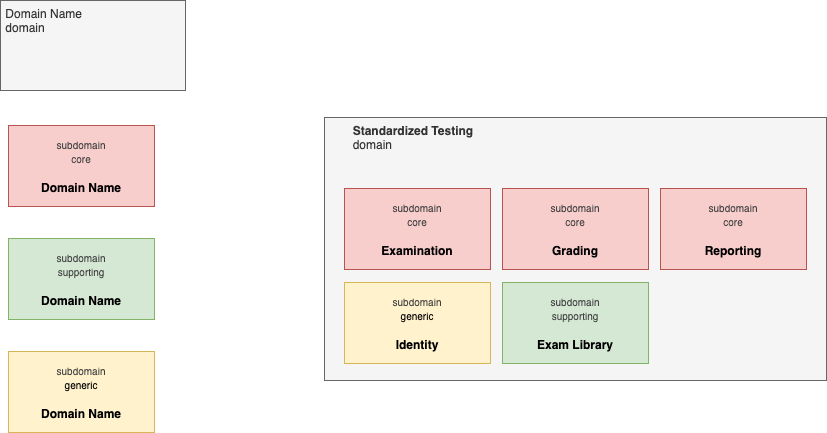
Before: docs/docs/system/domain_modelling/_img/kata_subdomains.drawio.png, a diagram exported from draw.io (cooperlutz/go-full). Source tidied: cells renumbered, new cells last; positions are measured from the earlier drawing's top-left corner, leaving out a move shared by most shapes. Source of this version:
```xml
<mxGraphModel>
  <root>
    <mxCell id="0" />
    <mxCell id="1" parent="0" />
    <mxCell id="2" value="&lt;b&gt;&lt;span style=&quot;white-space: pre;&quot;&gt;&#9;&lt;/span&gt;Standardized Testing&lt;/b&gt;&lt;div&gt;&lt;span style=&quot;white-space: pre;&quot;&gt;&#9;&lt;/span&gt;domain&lt;/div&gt;" style="rounded=0;whiteSpace=wrap;html=1;align=left;verticalAlign=top;fillColor=#f5f5f5;strokeColor=#666666;fontColor=#333333;" parent="1" vertex="1">
      <mxGeometry x="324" y="117" width="502" height="263" as="geometry" />
    </mxCell>
    <mxCell id="3" value="&lt;div&gt;&lt;span style=&quot;color: rgb(63, 63, 63);&quot;&gt;&lt;font style=&quot;font-size: 10px;&quot;&gt;subdomain&lt;/font&gt;&lt;/span&gt;&lt;/div&gt;&lt;div&gt;&lt;span style=&quot;color: rgb(63, 63, 63);&quot;&gt;&lt;font style=&quot;font-size: 10px;&quot;&gt;core&lt;/font&gt;&lt;/span&gt;&lt;/div&gt;&lt;div&gt;&lt;span style=&quot;color: rgb(63, 63, 63);&quot;&gt;&lt;br&gt;&lt;/span&gt;&lt;/div&gt;&lt;b&gt;Examination&lt;/b&gt;" style="rounded=0;whiteSpace=wrap;html=1;fillColor=#f8cecc;strokeColor=#b85450;" parent="1" vertex="1">
      <mxGeometry x="344" y="188" width="146" height="81" as="geometry" />
    </mxCell>
    <mxCell id="4" value="&lt;div&gt;&lt;span style=&quot;color: rgb(63, 63, 63);&quot;&gt;&lt;font style=&quot;font-size: 10px;&quot;&gt;subdomain&lt;/font&gt;&lt;/span&gt;&lt;/div&gt;&lt;div&gt;&lt;span style=&quot;color: rgb(63, 63, 63);&quot;&gt;&lt;font style=&quot;font-size: 10px;&quot;&gt;core&lt;/font&gt;&lt;/span&gt;&lt;/div&gt;&lt;div&gt;&lt;span style=&quot;color: rgb(63, 63, 63);&quot;&gt;&lt;br&gt;&lt;/span&gt;&lt;/div&gt;&lt;b&gt;Grading&lt;/b&gt;" style="rounded=0;whiteSpace=wrap;html=1;fillColor=#f8cecc;strokeColor=#b85450;" parent="1" vertex="1">
      <mxGeometry x="502" y="188" width="146" height="81" as="geometry" />
    </mxCell>
    <mxCell id="5" value="&lt;div&gt;&lt;span style=&quot;color: rgb(63, 63, 63);&quot;&gt;&lt;font style=&quot;font-size: 10px;&quot;&gt;subdomain&lt;/font&gt;&lt;/span&gt;&lt;/div&gt;&lt;div&gt;&lt;span style=&quot;color: rgb(63, 63, 63);&quot;&gt;&lt;font style=&quot;font-size: 10px;&quot;&gt;core&lt;/font&gt;&lt;/span&gt;&lt;/div&gt;&lt;div&gt;&lt;span style=&quot;color: rgb(63, 63, 63);&quot;&gt;&lt;br&gt;&lt;/span&gt;&lt;/div&gt;&lt;b&gt;Reporting&lt;/b&gt;" style="rounded=0;whiteSpace=wrap;html=1;fillColor=#f8cecc;strokeColor=#b85450;" parent="1" vertex="1">
      <mxGeometry x="660" y="188" width="146" height="81" as="geometry" />
    </mxCell>
    <mxCell id="6" value="&lt;div&gt;&lt;span style=&quot;color: rgb(63, 63, 63);&quot;&gt;&lt;font style=&quot;font-size: 10px;&quot;&gt;subdomain&lt;/font&gt;&lt;/span&gt;&lt;/div&gt;&lt;div&gt;&lt;span style=&quot;font-size: 10px;&quot;&gt;generic&lt;/span&gt;&lt;/div&gt;&lt;div&gt;&lt;span style=&quot;color: rgb(63, 63, 63);&quot;&gt;&lt;br&gt;&lt;/span&gt;&lt;/div&gt;&lt;b&gt;Identity&lt;/b&gt;" style="rounded=0;whiteSpace=wrap;html=1;fillColor=#fff2cc;strokeColor=#d6b656;" parent="1" vertex="1">
      <mxGeometry x="344" y="282" width="146" height="81" as="geometry" />
    </mxCell>
    <mxCell id="7" value="&lt;div&gt;&lt;span style=&quot;color: rgb(63, 63, 63);&quot;&gt;&lt;font style=&quot;font-size: 10px;&quot;&gt;subdomain&lt;/font&gt;&lt;/span&gt;&lt;/div&gt;&lt;div&gt;&lt;span style=&quot;color: rgb(63, 63, 63);&quot;&gt;&lt;font style=&quot;font-size: 10px;&quot;&gt;core&lt;/font&gt;&lt;/span&gt;&lt;/div&gt;&lt;div&gt;&lt;span style=&quot;color: rgb(63, 63, 63);&quot;&gt;&lt;br&gt;&lt;/span&gt;&lt;/div&gt;&lt;b&gt;Domain Name&lt;/b&gt;" style="rounded=0;whiteSpace=wrap;html=1;fillColor=#f8cecc;strokeColor=#b85450;" parent="1" vertex="1">
      <mxGeometry x="8" y="125" width="146" height="81" as="geometry" />
    </mxCell>
    <mxCell id="8" value="&lt;div&gt;&lt;span style=&quot;color: rgb(63, 63, 63);&quot;&gt;&lt;font style=&quot;font-size: 10px;&quot;&gt;subdomain&lt;/font&gt;&lt;/span&gt;&lt;/div&gt;&lt;div&gt;&lt;span style=&quot;color: rgb(63, 63, 63);&quot;&gt;&lt;font style=&quot;font-size: 10px;&quot;&gt;supporting&lt;/font&gt;&lt;/span&gt;&lt;/div&gt;&lt;div&gt;&lt;span style=&quot;color: rgb(63, 63, 63);&quot;&gt;&lt;br&gt;&lt;/span&gt;&lt;/div&gt;&lt;span style=&quot;color: rgb(0, 0, 0);&quot;&gt;&lt;b&gt;Domain Name&lt;/b&gt;&lt;/span&gt;" style="rounded=0;whiteSpace=wrap;html=1;fillColor=#d5e8d4;strokeColor=#82b366;" parent="1" vertex="1">
      <mxGeometry x="8" y="238" width="146" height="81" as="geometry" />
    </mxCell>
    <mxCell id="9" value="&amp;nbsp;Domain Name&lt;br&gt;&lt;div&gt;&amp;nbsp;domain&lt;/div&gt;" style="rounded=0;whiteSpace=wrap;html=1;align=left;verticalAlign=top;fillColor=#f5f5f5;strokeColor=#666666;fontColor=#333333;" parent="1" vertex="1">
      <mxGeometry width="185" height="90" as="geometry" />
    </mxCell>
    <mxCell id="10" value="&lt;div&gt;&lt;span style=&quot;color: rgb(63, 63, 63);&quot;&gt;&lt;font style=&quot;font-size: 10px;&quot;&gt;subdomain&lt;/font&gt;&lt;/span&gt;&lt;/div&gt;&lt;div&gt;&lt;span style=&quot;font-size: 10px;&quot;&gt;generic&lt;/span&gt;&lt;/div&gt;&lt;div&gt;&lt;span style=&quot;color: rgb(63, 63, 63);&quot;&gt;&lt;br&gt;&lt;/span&gt;&lt;/div&gt;&lt;span style=&quot;color: rgb(0, 0, 0);&quot;&gt;&lt;b&gt;Domain Name&lt;/b&gt;&lt;/span&gt;" style="rounded=0;whiteSpace=wrap;html=1;fillColor=#fff2cc;strokeColor=#d6b656;" parent="1" vertex="1">
      <mxGeometry x="8" y="351" width="146" height="81" as="geometry" />
    </mxCell>
    <mxCell id="11" value="&lt;div&gt;&lt;span style=&quot;color: rgb(63, 63, 63);&quot;&gt;&lt;font style=&quot;font-size: 10px;&quot;&gt;subdomain&lt;/font&gt;&lt;/span&gt;&lt;/div&gt;&lt;div&gt;&lt;span style=&quot;color: rgb(63, 63, 63);&quot;&gt;&lt;font style=&quot;font-size: 10px;&quot;&gt;supporting&lt;/font&gt;&lt;/span&gt;&lt;/div&gt;&lt;div&gt;&lt;span style=&quot;color: rgb(63, 63, 63);&quot;&gt;&lt;br&gt;&lt;/span&gt;&lt;/div&gt;&lt;b&gt;Exam Library&lt;/b&gt;" style="rounded=0;whiteSpace=wrap;html=1;fillColor=#d5e8d4;strokeColor=#82b366;" parent="1" vertex="1">
      <mxGeometry x="502" y="282" width="146" height="81" as="geometry" />
    </mxCell>
  </root>
</mxGraphModel>
```
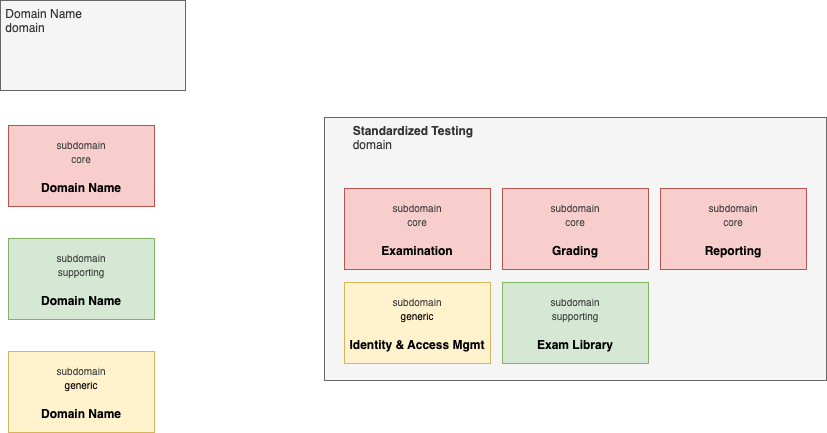
After the commit.

Diff of the diagram source:
```diff
@@ -14,7 +14,7 @@
     <mxCell id="5" value="&lt;div&gt;&lt;span style=&quot;color: rgb(63, 63, 63);&quot;&gt;&lt;font style=&quot;font-size: 10px;&quot;&gt;subdomain&lt;/font&gt;&lt;/span&gt;&lt;/div&gt;&lt;div&gt;&lt;span style=&quot;color: rgb(63, 63, 63);&quot;&gt;&lt;font style=&quot;font-size: 10px;&quot;&gt;core&lt;/font&gt;&lt;/span&gt;&lt;/div&gt;&lt;div&gt;&lt;span style=&quot;color: rgb(63, 63, 63);&quot;&gt;&lt;br&gt;&lt;/span&gt;&lt;/div&gt;&lt;b&gt;Reporting&lt;/b&gt;" style="rounded=0;whiteSpace=wrap;html=1;fillColor=#f8cecc;strokeColor=#b85450;" parent="1" vertex="1">
       <mxGeometry x="660" y="188" width="146" height="81" as="geometry" />
     </mxCell>
-    <mxCell id="6" value="&lt;div&gt;&lt;span style=&quot;color: rgb(63, 63, 63);&quot;&gt;&lt;font style=&quot;font-size: 10px;&quot;&gt;subdomain&lt;/font&gt;&lt;/span&gt;&lt;/div&gt;&lt;div&gt;&lt;span style=&quot;font-size: 10px;&quot;&gt;generic&lt;/span&gt;&lt;/div&gt;&lt;div&gt;&lt;span style=&quot;color: rgb(63, 63, 63);&quot;&gt;&lt;br&gt;&lt;/span&gt;&lt;/div&gt;&lt;b&gt;Identity&lt;/b&gt;" style="rounded=0;whiteSpace=wrap;html=1;fillColor=#fff2cc;strokeColor=#d6b656;" parent="1" vertex="1">
+    <mxCell id="6" value="&lt;div&gt;&lt;span style=&quot;color: rgb(63, 63, 63);&quot;&gt;&lt;font style=&quot;font-size: 10px;&quot;&gt;subdomain&lt;/font&gt;&lt;/span&gt;&lt;/div&gt;&lt;div&gt;&lt;span style=&quot;font-size: 10px;&quot;&gt;generic&lt;/span&gt;&lt;/div&gt;&lt;div&gt;&lt;span style=&quot;color: rgb(63, 63, 63);&quot;&gt;&lt;br&gt;&lt;/span&gt;&lt;/div&gt;&lt;b&gt;Identity &amp;amp; Access Mgmt&lt;/b&gt;" style="rounded=0;whiteSpace=wrap;html=1;fillColor=#fff2cc;strokeColor=#d6b656;" parent="1" vertex="1">
       <mxGeometry x="344" y="282" width="146" height="81" as="geometry" />
     </mxCell>
     <mxCell id="7" value="&lt;div&gt;&lt;span style=&quot;color: rgb(63, 63, 63);&quot;&gt;&lt;font style=&quot;font-size: 10px;&quot;&gt;subdomain&lt;/font&gt;&lt;/span&gt;&lt;/div&gt;&lt;div&gt;&lt;span style=&quot;color: rgb(63, 63, 63);&quot;&gt;&lt;font style=&quot;font-size: 10px;&quot;&gt;core&lt;/font&gt;&lt;/span&gt;&lt;/div&gt;&lt;div&gt;&lt;span style=&quot;color: rgb(63, 63, 63);&quot;&gt;&lt;br&gt;&lt;/span&gt;&lt;/div&gt;&lt;b&gt;Domain Name&lt;/b&gt;" style="rounded=0;whiteSpace=wrap;html=1;fillColor=#f8cecc;strokeColor=#b85450;" parent="1" vertex="1">
```
